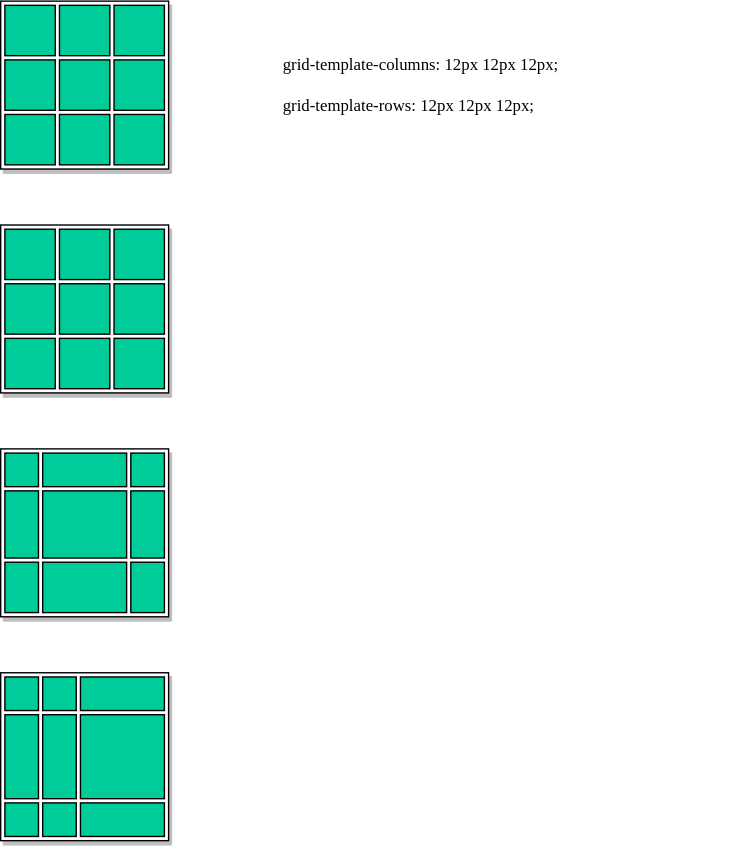
This is css/grid-template.drawio.svg from Shadient/Diagrams, a draw.io export, as it was before one commit. Source tidied: cells renumbered, new cells last; positions are measured from the earlier drawing's top-left corner, leaving out a move shared by most shapes.
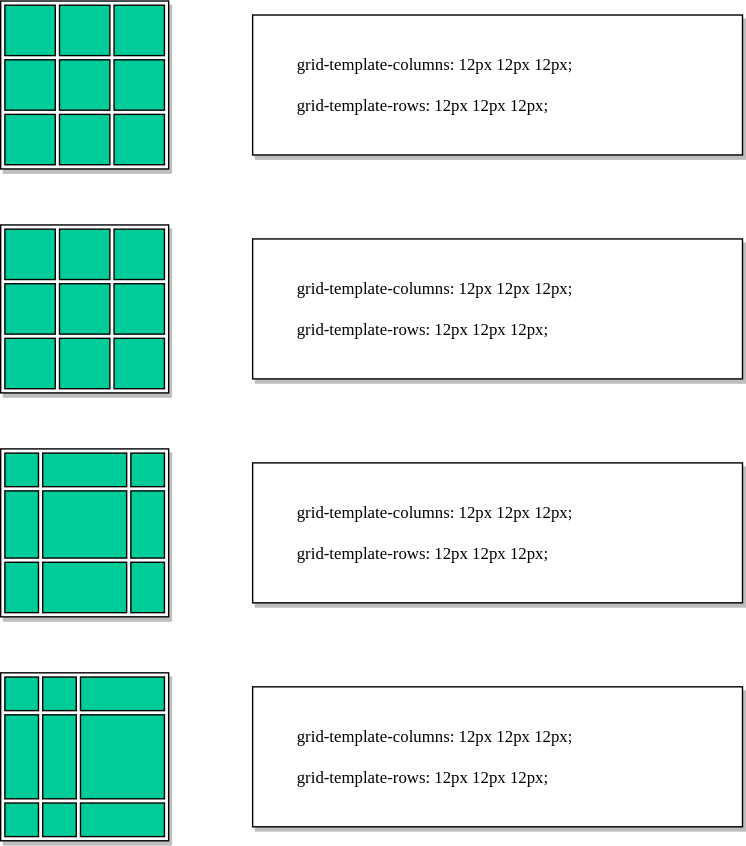
Above is the later version.

The edit, as a diff of the source:
```diff
@@ -122,8 +122,29 @@
     <mxCell id="41" style="whiteSpace=wrap;html=1;fillColor=#00cc99;" parent="1" vertex="1">
       <mxGeometry x="57" y="573" width="60" height="24" as="geometry" />
     </mxCell>
+    <mxCell id="43" style="rounded=0;whiteSpace=wrap;html=1;shadow=1;" parent="1" vertex="1">
+      <mxGeometry x="180" y="10" width="350" height="100" as="geometry" />
+    </mxCell>
     <mxCell id="42" value="grid-template-columns: 12px 12px 12px;&lt;br&gt;&lt;br&gt;grid-template-rows: 12px 12px 12px;" style="text;html=1;strokeColor=none;fillColor=none;align=left;verticalAlign=middle;whiteSpace=wrap;rounded=0;fontFamily=Source Code Pro;fontSource=https%3A%2F%2Ffonts.googleapis.com%2Fcss%3Ffamily%3DSource%2BCode%2BPro;spacingTop=0;spacingBottom=0;strokeWidth=1;" parent="1" vertex="1">
-      <mxGeometry x="200" y="19.5" width="320" height="81" as="geometry" />
+      <mxGeometry x="210" y="19.5" width="320" height="81" as="geometry" />
     </mxCell>
+    <mxCell id="44" style="rounded=0;whiteSpace=wrap;html=1;shadow=1;" parent="1" vertex="1">
+      <mxGeometry x="180" y="170" width="350" height="100" as="geometry" />
+    </mxCell>
+    <mxCell id="45" value="grid-template-columns: 12px 12px 12px;&lt;br&gt;&lt;br&gt;grid-template-rows: 12px 12px 12px;" style="text;html=1;strokeColor=none;fillColor=none;align=left;verticalAlign=middle;whiteSpace=wrap;rounded=0;fontFamily=Source Code Pro;fontSource=https%3A%2F%2Ffonts.googleapis.com%2Fcss%3Ffamily%3DSource%2BCode%2BPro;spacingTop=0;spacingBottom=0;strokeWidth=1;" parent="1" vertex="1">
+      <mxGeometry x="210" y="179.5" width="320" height="81" as="geometry" />
+    </mxCell>
+    <mxCell id="46" style="rounded=0;whiteSpace=wrap;html=1;shadow=1;" parent="1" vertex="1">
+      <mxGeometry x="180" y="330" width="350" height="100" as="geometry" />
+    </mxCell>
+    <mxCell id="47" value="grid-template-columns: 12px 12px 12px;&lt;br&gt;&lt;br&gt;grid-template-rows: 12px 12px 12px;" style="text;html=1;strokeColor=none;fillColor=none;align=left;verticalAlign=middle;whiteSpace=wrap;rounded=0;fontFamily=Source Code Pro;fontSource=https%3A%2F%2Ffonts.googleapis.com%2Fcss%3Ffamily%3DSource%2BCode%2BPro;spacingTop=0;spacingBottom=0;strokeWidth=1;" parent="1" vertex="1">
+      <mxGeometry x="210" y="339.5" width="320" height="81" as="geometry" />
+    </mxCell>
+    <mxCell id="48" style="rounded=0;whiteSpace=wrap;html=1;shadow=1;" parent="1" vertex="1">
+      <mxGeometry x="180" y="490" width="350" height="100" as="geometry" />
+    </mxCell>
+    <mxCell id="49" value="grid-template-columns: 12px 12px 12px;&lt;br&gt;&lt;br&gt;grid-template-rows: 12px 12px 12px;" style="text;html=1;strokeColor=none;fillColor=none;align=left;verticalAlign=middle;whiteSpace=wrap;rounded=0;fontFamily=Source Code Pro;fontSource=https%3A%2F%2Ffonts.googleapis.com%2Fcss%3Ffamily%3DSource%2BCode%2BPro;spacingTop=0;spacingBottom=0;strokeWidth=1;" parent="1" vertex="1">
+      <mxGeometry x="210" y="499.5" width="320" height="81" as="geometry" />
+    </mxCell>
   </root>
 </mxGraphModel>
```
